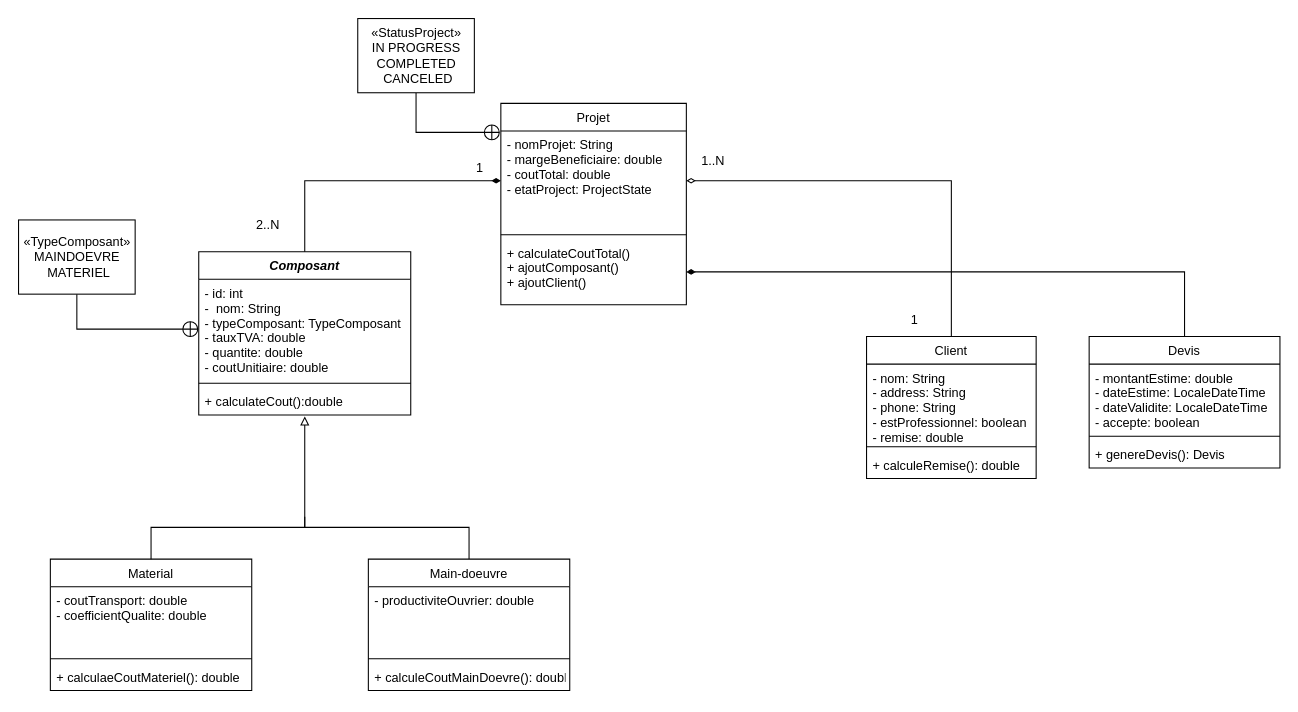
The draw.io diagram UML/class.dio in LoussalMohammed/Bati_Cuisine_LoussalMohammed, before the edit. Source tidied: cells renumbered, new cells numbered last; positions are measured from the earlier drawing's top-left corner, leaving out a move shared by most shapes. Both pictures are drawn from the tidied source at 106%, with x=0, y=0 at pixel (18, 18).
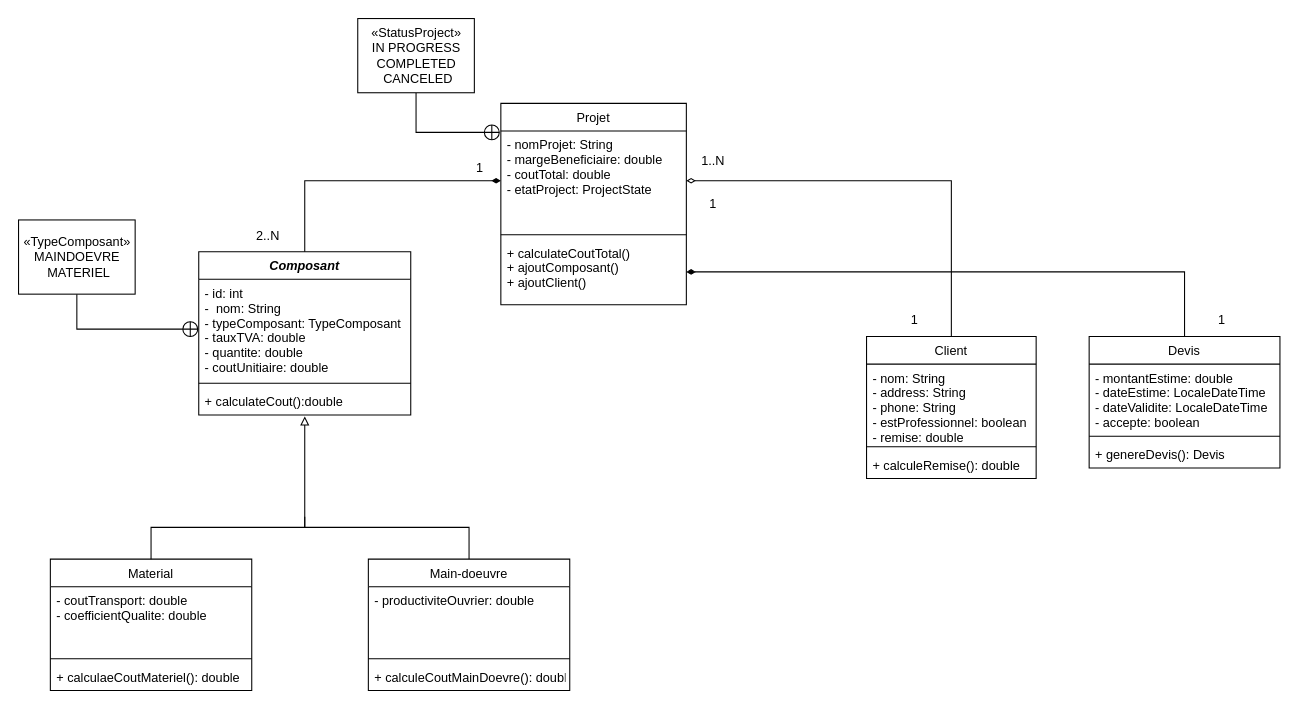
Above is the later version.

The edit, as a diff of the source:
```diff
@@
     <mxCell id="24" value="2..N" style="text;html=1;align=center;verticalAlign=middle;strokeColor=none;fillColor=none;" parent="1" vertex="1">
-      <mxGeometry x="210" y="180" width="50" height="30" as="geometry" />
+      <mxGeometry x="210" y="190" width="50" height="30" as="geometry" />
     </mxCell>
@@
+    <mxCell id="39" value="1" style="text;html=1;align=center;verticalAlign=middle;strokeColor=none;fillColor=none;" parent="1" vertex="1">
+      <mxGeometry x="640" y="160" width="30" height="30" as="geometry" />
+    </mxCell>
+    <mxCell id="40" value="1" style="text;html=1;align=center;verticalAlign=middle;strokeColor=none;fillColor=none;" parent="1" vertex="1">
+      <mxGeometry x="1120" y="270" width="30" height="30" as="geometry" />
+    </mxCell>
```
